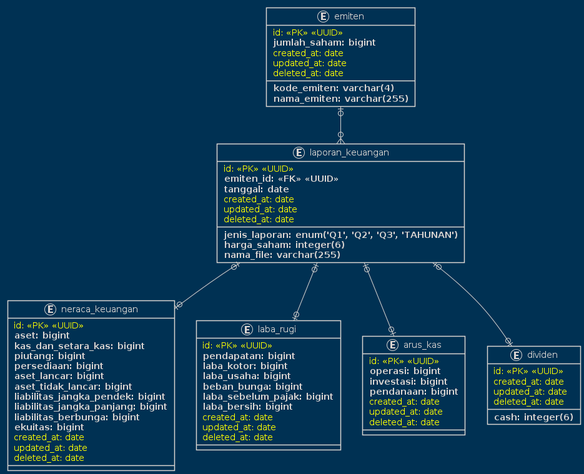
This is erd-laporan-keuangan/laporan_emiten.png from lukmanharun1/laporan_keuangan, a PlantUML export, as it was before one commit.
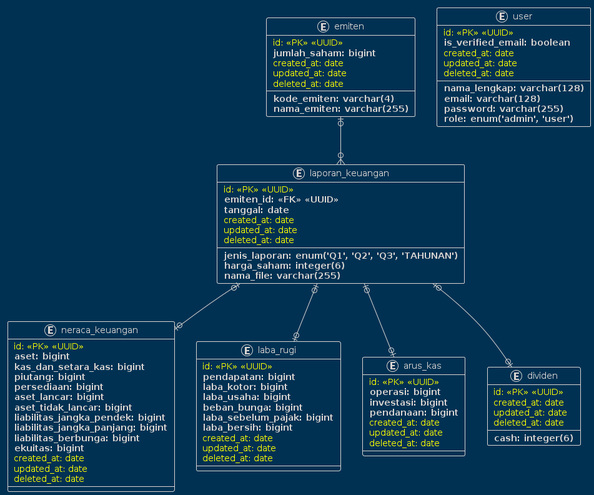
After the commit.

Commit message:
menambahkan table user di erd & export erd

Change to the diagram source:
```diff
@@ -69,6 +69,19 @@
     <color:yellow> updated_at: date</color>
     <color:yellow> deleted_at: date</color>
   }
+
+  entity user {
+    <color:yellow> id: <<PK>> <<UUID>></color>
+    ** nama_lengkap: varchar(128) **
+    ** email: varchar(128) **
+    ** password: varchar(255) **
+    ** is_verified_email: boolean **
+    ** role: enum('admin', 'user') **
+    <color:yellow> created_at: date</color>
+    <color:yellow> updated_at: date</color>
+    <color:yellow> deleted_at: date</color>
+  }
+
   emiten |o--o{ laporan_keuangan
   laporan_keuangan |o--o| neraca_keuangan
   laporan_keuangan |o--o| laba_rugi
```
